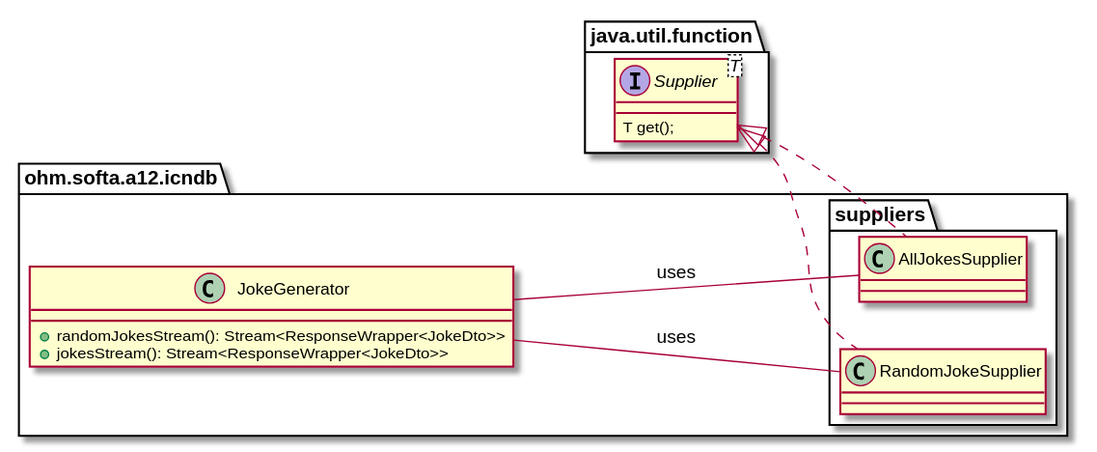
Above: assets/images/GeneratorSpec.svg in stellamoR/12-functional-cli (PlantUML), before the change. The source it was exported from:
```plantuml
@startuml GeneratorSpec
left to right direction
package java.util.function {
    interface Supplier<T> {
        T get();
    }
}

package ohm.softa.a12.icndb {
    class JokeGenerator {
        +randomJokesStream(): Stream<ResponseWrapper<JokeDto>>
        +jokesStream(): Stream<ResponseWrapper<JokeDto>>
    }

    package suppliers {
        class AllJokesSupplier implements Supplier {
        }

        class RandomJokeSupplier implements Supplier {
        }
    }

    JokeGenerator -- AllJokesSupplier : "uses"
    JokeGenerator -- RandomJokeSupplier : "uses"
}

@enduml
```
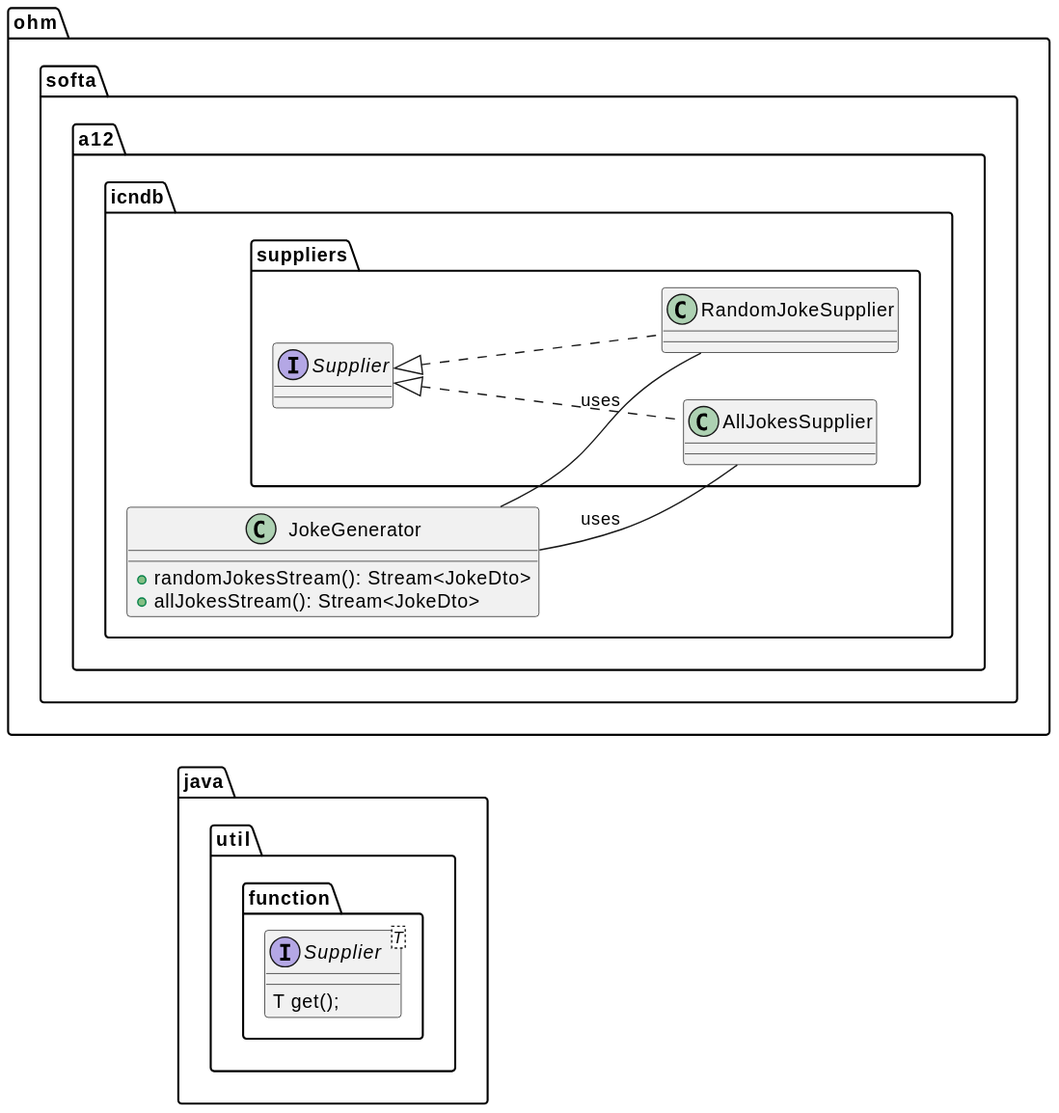
After the change.

The edit, as a diff of the source:
```diff
@@ -1,4 +1,4 @@
-@startuml GeneratorSpec
+@startuml
 left to right direction
 package java.util.function {
     interface Supplier<T> {
@@ -8,8 +8,8 @@
 
 package ohm.softa.a12.icndb {
     class JokeGenerator {
-        +randomJokesStream(): Stream<ResponseWrapper<JokeDto>>
-        +jokesStream(): Stream<ResponseWrapper<JokeDto>>
+        +randomJokesStream(): Stream<JokeDto>
+        +allJokesStream(): Stream<JokeDto>
     }
 
     package suppliers {
@@ -23,5 +23,4 @@
     JokeGenerator -- AllJokesSupplier : "uses"
     JokeGenerator -- RandomJokeSupplier : "uses"
 }
-
 @enduml
```
